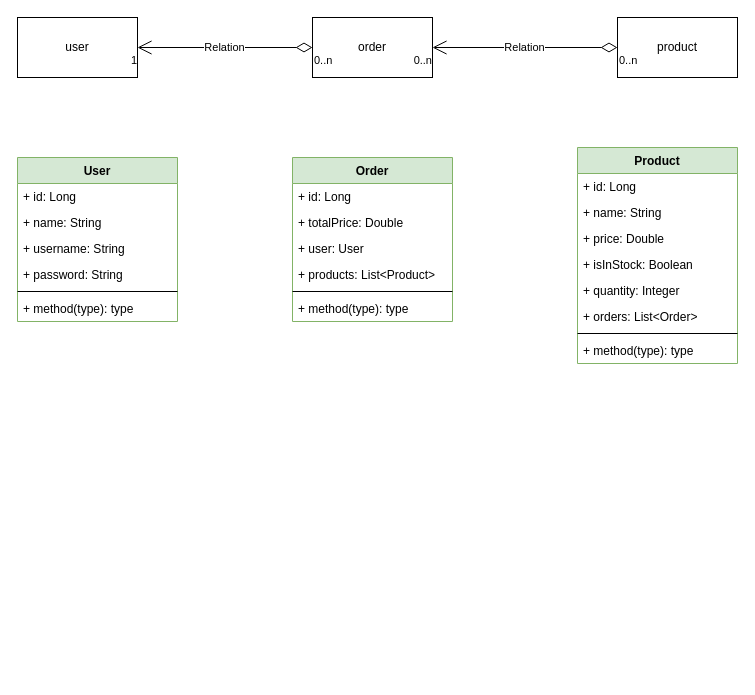
Earlier version of the draw.io diagram src/main/resources/eshop.drawio (cosminbucur/jb14-eshop). Source tidied: cells renumbered, new cells numbered last; positions are measured from the earlier drawing's top-left corner, leaving out a move shared by most shapes. Both pictures are drawn from the tidied source at 100%, with x=0, y=0 at pixel (17, 17).
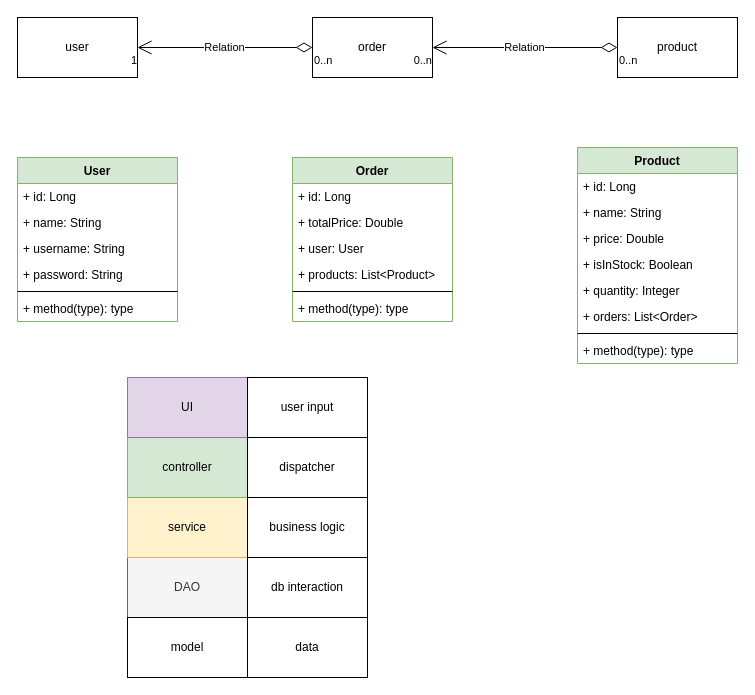
The same diagram, later.

Commit message (it also covers changes not shown here):
add user service find all

The edit, as a diff of the source:
```diff
@@
+    <mxCell id="34" value="DAO" style="rounded=0;whiteSpace=wrap;html=1;fillColor=#f5f5f5;strokeColor=#666666;fontColor=#333333;" parent="1" vertex="1">
+      <mxGeometry x="110" y="540" width="120" height="60" as="geometry" />
+    </mxCell>
+    <mxCell id="35" value="model" style="rounded=0;whiteSpace=wrap;html=1;" parent="1" vertex="1">
+      <mxGeometry x="110" y="600" width="120" height="60" as="geometry" />
+    </mxCell>
+    <mxCell id="36" value="service" style="rounded=0;whiteSpace=wrap;html=1;fillColor=#fff2cc;strokeColor=#d6b656;" parent="1" vertex="1">
+      <mxGeometry x="110" y="480" width="120" height="60" as="geometry" />
+    </mxCell>
+    <mxCell id="37" value="controller" style="rounded=0;whiteSpace=wrap;html=1;fillColor=#d5e8d4;strokeColor=#82b366;" parent="1" vertex="1">
+      <mxGeometry x="110" y="420" width="120" height="60" as="geometry" />
+    </mxCell>
+    <mxCell id="38" value="UI" style="rounded=0;whiteSpace=wrap;html=1;fillColor=#e1d5e7;strokeColor=#9673a6;" parent="1" vertex="1">
+      <mxGeometry x="110" y="360" width="120" height="60" as="geometry" />
+    </mxCell>
+    <mxCell id="39" value="user input" style="rounded=0;whiteSpace=wrap;html=1;" parent="1" vertex="1">
+      <mxGeometry x="230" y="360" width="120" height="60" as="geometry" />
+    </mxCell>
+    <mxCell id="40" value="dispatcher" style="rounded=0;whiteSpace=wrap;html=1;" parent="1" vertex="1">
+      <mxGeometry x="230" y="420" width="120" height="60" as="geometry" />
+    </mxCell>
+    <mxCell id="41" value="business logic" style="rounded=0;whiteSpace=wrap;html=1;" parent="1" vertex="1">
+      <mxGeometry x="230" y="480" width="120" height="60" as="geometry" />
+    </mxCell>
+    <mxCell id="42" value="db interaction" style="rounded=0;whiteSpace=wrap;html=1;" parent="1" vertex="1">
+      <mxGeometry x="230" y="540" width="120" height="60" as="geometry" />
+    </mxCell>
+    <mxCell id="43" value="data" style="rounded=0;whiteSpace=wrap;html=1;" parent="1" vertex="1">
+      <mxGeometry x="230" y="600" width="120" height="60" as="geometry" />
+    </mxCell>
```
